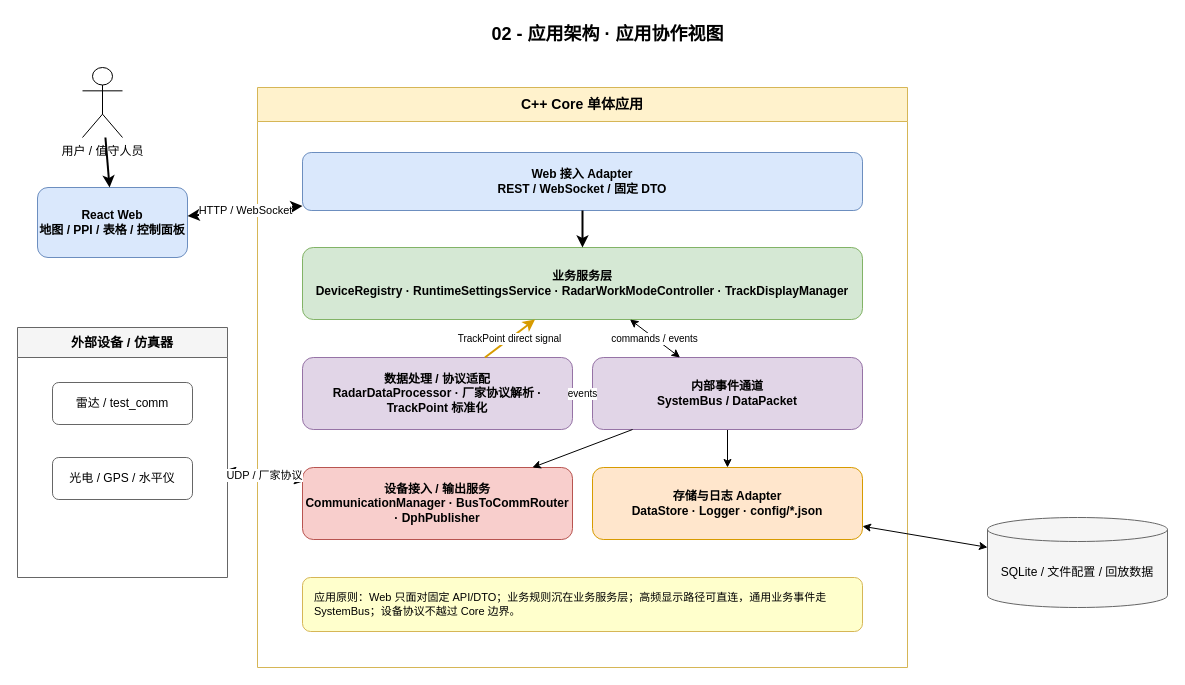
Above: doc/architecture/02-应用架构.drawio in YoungL524/newAnti_arch (draw.io), before the change. Source tidied: cells renumbered, new cells numbered last; positions are measured from the earlier drawing's top-left corner, leaving out a move shared by most shapes. Both pictures are drawn from the tidied source at 100%, with x=0, y=0 at pixel (17, 17).
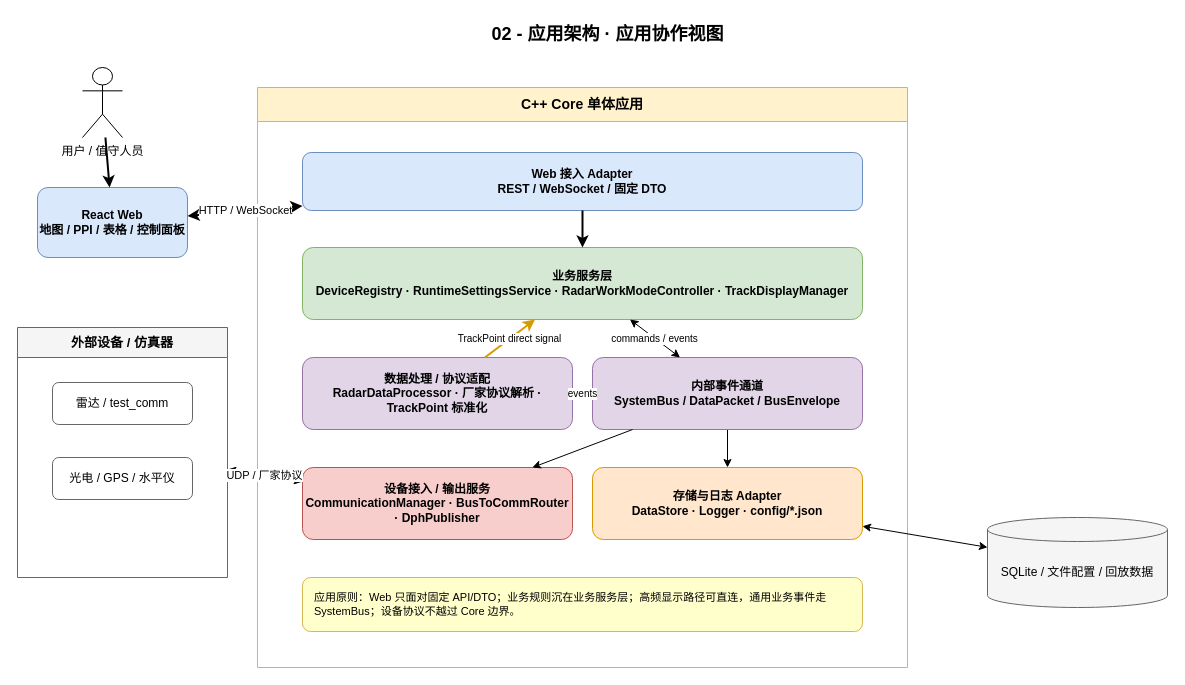
The same page after the edit.

The change refers to these unchanged cells:
```xml
<mxCell id="5" value="C++ Core 单体应用" style="swimlane;startSize=34;rounded=0;whiteSpace=wrap;html=1;fillColor=#fff2cc;strokeColor=#d6b656;fontStyle=1;fontSize=14;" parent="1" vertex="1">
  <mxGeometry x="240" y="70" width="650" height="580" as="geometry" />
</mxCell>
```

Change to the diagram source:
```diff
@@
-    <mxCell id="10" value="内部事件通道&#10;SystemBus / DataPacket" style="rounded=1;whiteSpace=wrap;html=1;fillColor=#e1d5e7;strokeColor=#9673a6;fontSize=12;fontStyle=1;" parent="5" vertex="1">
+    <mxCell id="10" value="内部事件通道&#10;SystemBus / DataPacket / BusEnvelope" style="rounded=1;whiteSpace=wrap;html=1;fillColor=#e1d5e7;strokeColor=#9673a6;fontSize=12;fontStyle=1;" parent="5" vertex="1">
       <mxGeometry x="335" y="270" width="270" height="72" as="geometry" />
     </mxCell>
```
